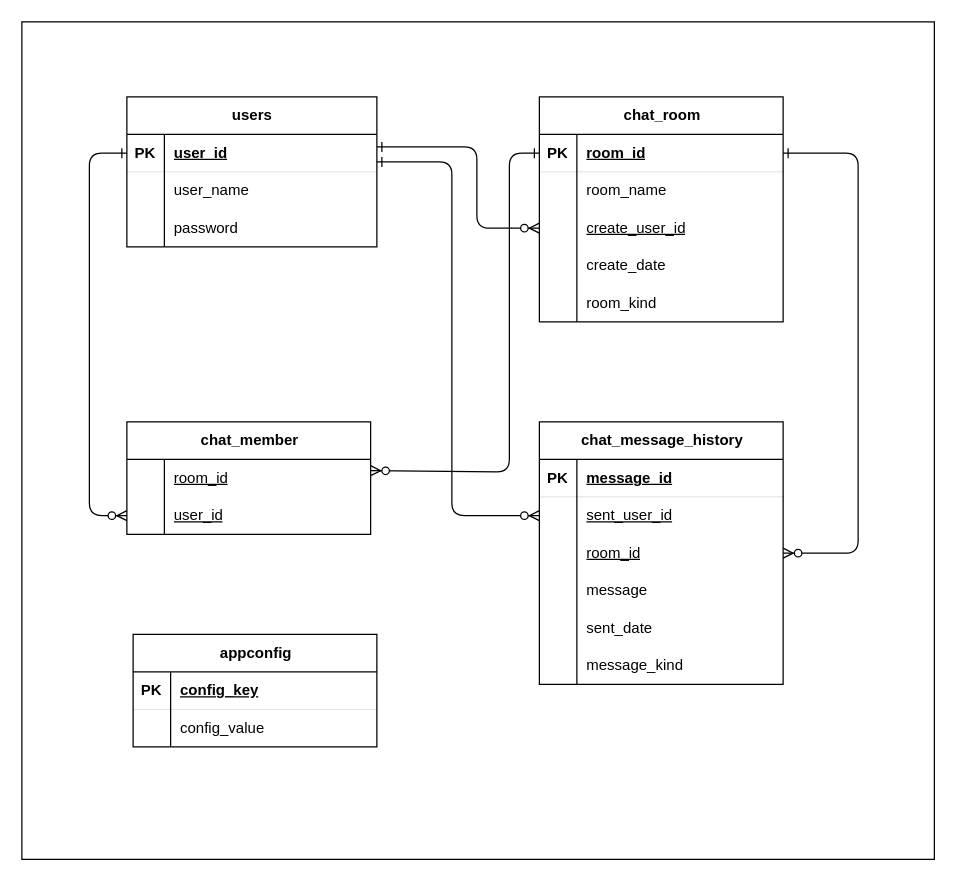
Above: DB設計/ER図.drawio in inakuuun/IksInfoShare (draw.io), before the change. Source tidied: cells renumbered, new cells numbered last; positions are measured from the earlier drawing's top-left corner, leaving out a move shared by most shapes. Both pictures are drawn from the tidied source at 125%, with x=0, y=0 at pixel (21, 21).
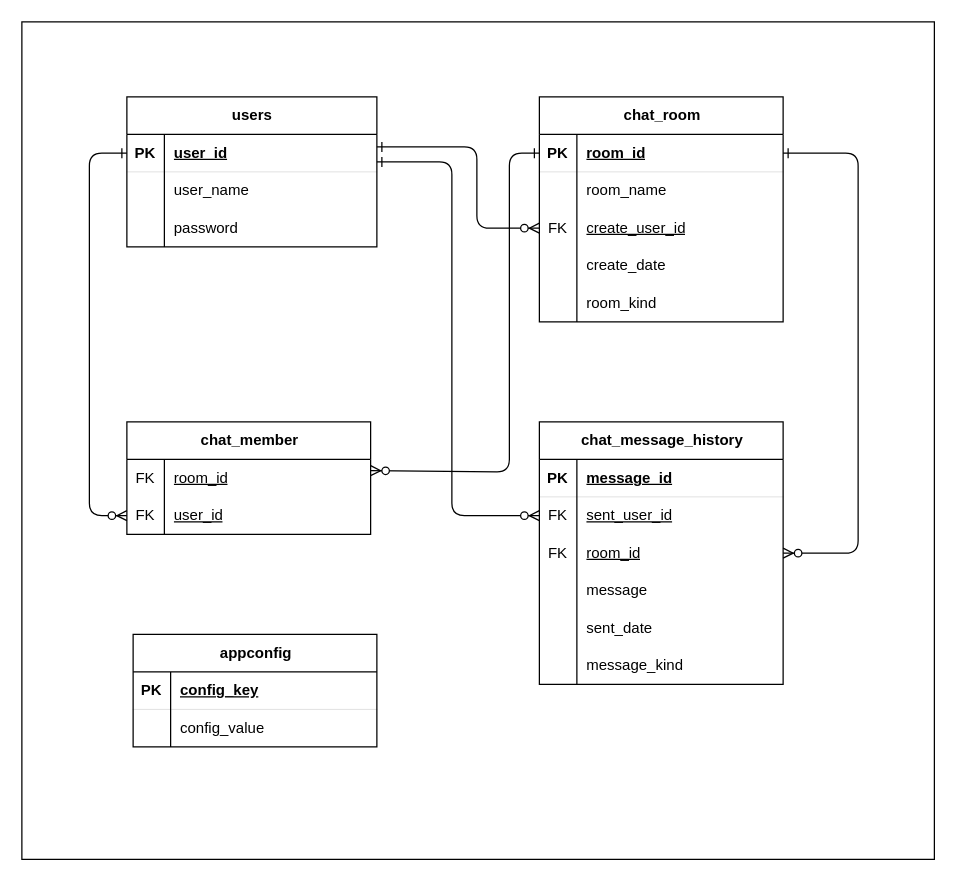
The same diagram, later.

Commit message:
ER図.drawio を更新します

The change refers to these unchanged cells:
```xml
<mxCell id="12" style="shape=tableRow;horizontal=0;startSize=0;swimlaneHead=0;swimlaneBody=0;fillColor=none;points=[[0,0.5],[1,0.5]];portConstraint=eastwest;top=0;left=0;right=0;bottom=0;strokeColor=default;align=center;verticalAlign=middle;fontFamily=Helvetica;fontSize=12;fontColor=default;" parent="5" vertex="1">
  <mxGeometry y="90" width="195" height="30" as="geometry" />
</mxCell>
<mxCell id="25" style="shape=tableRow;horizontal=0;startSize=0;swimlaneHead=0;swimlaneBody=0;fillColor=none;points=[[0,0.5],[1,0.5]];portConstraint=eastwest;top=0;left=0;right=0;bottom=0;strokeColor=default;align=center;verticalAlign=middle;fontFamily=Helvetica;fontSize=12;fontColor=default;" parent="21" vertex="1">
  <mxGeometry y="60" width="195" height="30" as="geometry" />
</mxCell>
<mxCell id="28" style="shape=tableRow;horizontal=0;startSize=0;swimlaneHead=0;swimlaneBody=0;fillColor=none;points=[[0,0.5],[1,0.5]];portConstraint=eastwest;top=0;left=0;right=0;bottom=0;strokeColor=default;align=center;verticalAlign=middle;fontFamily=Helvetica;fontSize=12;fontColor=default;" parent="21" vertex="1">
  <mxGeometry y="90" width="195" height="30" as="geometry" />
</mxCell>
<mxCell id="53" style="shape=tableRow;horizontal=0;startSize=0;swimlaneHead=0;swimlaneBody=0;fillColor=none;points=[[0,0.5],[1,0.5]];portConstraint=eastwest;top=0;left=0;right=0;bottom=0;strokeColor=default;align=center;verticalAlign=middle;fontFamily=Helvetica;fontSize=12;fontColor=default;" parent="52" vertex="1">
  <mxGeometry y="30" width="195" height="30" as="geometry" />
</mxCell>
<mxCell id="56" style="shape=tableRow;horizontal=0;startSize=0;swimlaneHead=0;swimlaneBody=0;fillColor=none;points=[[0,0.5],[1,0.5]];portConstraint=eastwest;top=0;left=0;right=0;bottom=0;strokeColor=default;align=center;verticalAlign=middle;fontFamily=Helvetica;fontSize=12;fontColor=default;" parent="52" vertex="1">
  <mxGeometry y="60" width="195" height="30" as="geometry" />
</mxCell>
```

Change to the diagram source:
```diff
@@
-    <mxCell id="13" style="shape=partialRectangle;fillColor=none;top=0;left=0;bottom=0;right=0;overflow=hidden;whiteSpace=wrap;html=1;strokeColor=default;align=center;verticalAlign=middle;fontFamily=Helvetica;fontSize=12;fontColor=default;" parent="12" vertex="1">
+    <mxCell id="13" value="FK" style="shape=partialRectangle;fillColor=none;top=0;left=0;bottom=0;right=0;overflow=hidden;whiteSpace=wrap;html=1;strokeColor=default;align=center;verticalAlign=middle;fontFamily=Helvetica;fontSize=12;fontColor=default;" parent="12" vertex="1">
       <mxGeometry width="30" height="30" as="geometry" />
     </mxCell>
@@
-    <mxCell id="26" style="shape=partialRectangle;fillColor=none;top=0;left=0;bottom=0;right=0;overflow=hidden;whiteSpace=wrap;html=1;strokeColor=default;align=center;verticalAlign=middle;fontFamily=Helvetica;fontSize=12;fontColor=default;" parent="25" vertex="1">
+    <mxCell id="26" value="FK" style="shape=partialRectangle;fillColor=none;top=0;left=0;bottom=0;right=0;overflow=hidden;whiteSpace=wrap;html=1;strokeColor=default;align=center;verticalAlign=middle;fontFamily=Helvetica;fontSize=12;fontColor=default;" parent="25" vertex="1">
       <mxGeometry width="30" height="30" as="geometry" />
     </mxCell>
@@
-    <mxCell id="29" style="shape=partialRectangle;fillColor=none;top=0;left=0;bottom=0;right=0;overflow=hidden;whiteSpace=wrap;html=1;strokeColor=default;align=center;verticalAlign=middle;fontFamily=Helvetica;fontSize=12;fontColor=default;" parent="28" vertex="1">
+    <mxCell id="29" value="FK" style="shape=partialRectangle;fillColor=none;top=0;left=0;bottom=0;right=0;overflow=hidden;whiteSpace=wrap;html=1;strokeColor=default;align=center;verticalAlign=middle;fontFamily=Helvetica;fontSize=12;fontColor=default;" parent="28" vertex="1">
       <mxGeometry width="30" height="30" as="geometry" />
     </mxCell>
@@
-    <mxCell id="54" style="shape=partialRectangle;fillColor=none;top=0;left=0;bottom=0;right=0;overflow=hidden;whiteSpace=wrap;html=1;strokeColor=default;align=center;verticalAlign=middle;fontFamily=Helvetica;fontSize=12;fontColor=default;" parent="53" vertex="1">
+    <mxCell id="54" value="FK" style="shape=partialRectangle;fillColor=none;top=0;left=0;bottom=0;right=0;overflow=hidden;whiteSpace=wrap;html=1;strokeColor=default;align=center;verticalAlign=middle;fontFamily=Helvetica;fontSize=12;fontColor=default;" parent="53" vertex="1">
       <mxGeometry width="30" height="30" as="geometry" />
     </mxCell>
@@
-    <mxCell id="57" style="shape=partialRectangle;fillColor=none;top=0;left=0;bottom=0;right=0;overflow=hidden;whiteSpace=wrap;html=1;strokeColor=default;align=center;verticalAlign=middle;fontFamily=Helvetica;fontSize=12;fontColor=default;" parent="56" vertex="1">
+    <mxCell id="57" value="FK" style="shape=partialRectangle;fillColor=none;top=0;left=0;bottom=0;right=0;overflow=hidden;whiteSpace=wrap;html=1;strokeColor=default;align=center;verticalAlign=middle;fontFamily=Helvetica;fontSize=12;fontColor=default;" parent="56" vertex="1">
       <mxGeometry width="30" height="30" as="geometry" />
     </mxCell>
```
